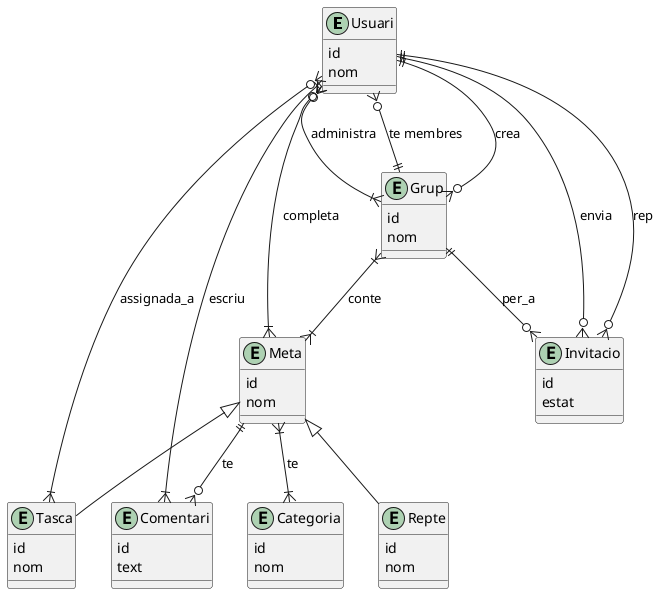
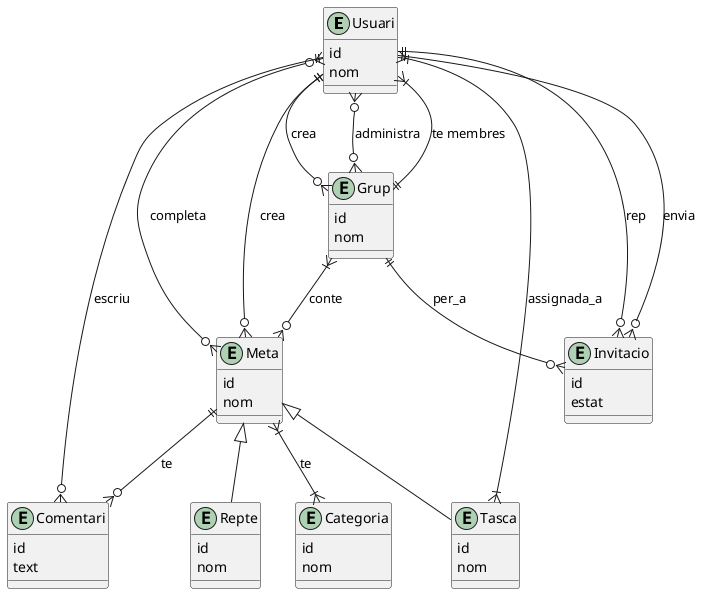
@startuml

entity Usuari {
  id
  nom
}

entity Grup {
  id
  nom
}

entity Meta {
  id
  nom
}

entity Repte {
  id
  nom
}

entity Tasca {
  id
  nom
}

entity Comentari {
  id
  text
}

entity Categoria {
  id
  nom
}

entity Invitacio {
  id
  estat
}

' Un usuari pot crear 0 o molts grups
Usuari ||--o{ Grup : crea

' Relació many-to-many: membres
- Grup ||--o{ Usuari : te membres
+ Grup ||--|{ Usuari : te membres

' Administradors de grups
- Usuari }o--|{ Grup : administra
+ Usuari }o--o{ Grup : administra

' Un grup conté 1 o moltes metes
- Grup }|--|{ Meta : conte
+ Grup }|--o{ Meta : conte

' Herència
Meta <|-- Repte
Meta <|-- Tasca

' Un usuari pot fer 1 o molts comentaris
- Usuari ||--|{ Comentari : escriu
+ Usuari ||--o{ Comentari : escriu

' Un comentari està en una meta (repte o tasca)
Meta ||--o{ Comentari : te

' Les metes tenen 1 o més categories
Meta }|--|{ Categoria : te

' Invitacions
Usuari ||--o{ Invitacio : envia
Usuari ||--o{ Invitacio : rep
Grup ||--o{ Invitacio : per_a

' Assignació de tasques
- Tasca }|--o{ Usuari : assignada_a
+ Tasca }|--|{ Usuari : assignada_a

' Compleció de metes
- Usuari }o--|{ Meta : completa
+ Usuari }o--o{ Meta : completa
+ 
+ ' Creació de metes
+ Usuari ||--o{ Meta : crea

@enduml
